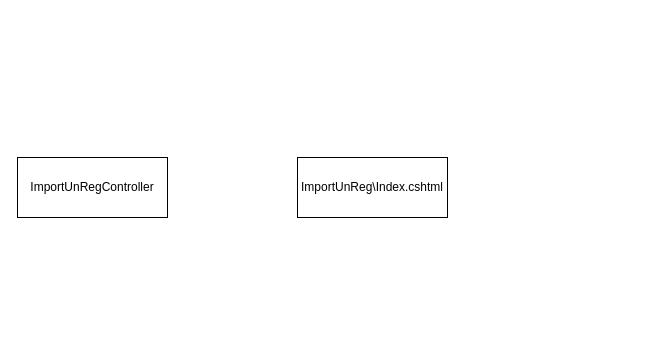
This is __diary/GRLS-4994/Domain.drawio from davyd0ff/so-line-grls, a draw.io file, before an edit. Source tidied: cells renumbered, new cells numbered last; positions are measured from the earlier drawing's top-left corner, leaving out a move shared by most shapes. Both pictures are drawn from the tidied source at 100%, with x=0, y=0 at pixel (17, 157).
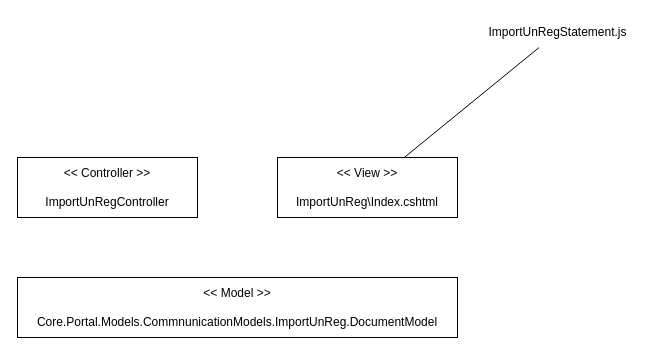
The same page after the edit.

Change to the diagram source:
```diff
@@
 <mxGraphModel>
   <root>
     <mxCell id="0" />
     <mxCell id="1" parent="0" />
-    <mxCell id="2" value="ImportUnRegController" style="rounded=0;whiteSpace=wrap;html=1;" parent="1" vertex="1">
-      <mxGeometry width="150" height="60" as="geometry" />
+    <mxCell id="2" value="&amp;lt;&amp;lt; Controller &amp;gt;&amp;gt;&lt;br&gt;&lt;br&gt;ImportUnRegController" style="rounded=0;whiteSpace=wrap;html=1;" parent="1" vertex="1">
+      <mxGeometry width="180" height="60" as="geometry" />
     </mxCell>
+    <mxCell id="4" style="rounded=0;jettySize=auto;html=1;endArrow=none;endFill=0;" parent="1" edge="1" source="3" target="6">
+      <mxGeometry relative="1" as="geometry" />
+    </mxCell>
-    <mxCell id="3" value="ImportUnReg\Index.cshtml" style="rounded=0;whiteSpace=wrap;html=1;" parent="1" vertex="1">
-      <mxGeometry x="280" width="150" height="60" as="geometry" />
+    <mxCell id="3" value="&amp;lt;&amp;lt; View &amp;gt;&amp;gt;&lt;br&gt;&lt;br&gt;ImportUnReg\Index.cshtml" style="rounded=0;whiteSpace=wrap;html=1;" parent="1" vertex="1">
+      <mxGeometry x="260" width="180" height="60" as="geometry" />
     </mxCell>
+    <mxCell id="5" value="&amp;lt;&amp;lt; Model &amp;gt;&amp;gt;&lt;br&gt;&lt;br&gt;Core.Portal.Models.CommnunicationModels.ImportUnReg.DocumentModel" style="rounded=0;whiteSpace=wrap;html=1;" parent="1" vertex="1">
+      <mxGeometry y="120" width="440" height="60" as="geometry" />
+    </mxCell>
+    <mxCell id="6" value="ImportUnRegStatement.js" style="text;html=1;align=center;verticalAlign=middle;points=[];strokeColor=none;fillColor=none;" parent="1" vertex="1">
+      <mxGeometry x="460" y="-140" width="160" height="30" as="geometry" />
+    </mxCell>
   </root>
 </mxGraphModel>
```
